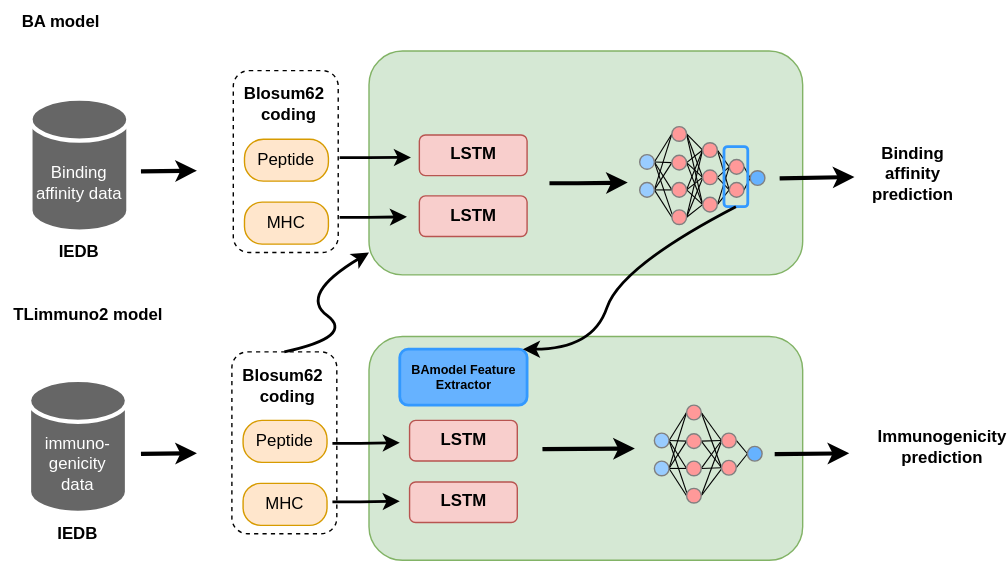
This is summary-fig-2-2.drawio.svg from GuangShuaiWang/Diagram, a draw.io export, as it was before one commit. Source tidied: cells renumbered, new cells last; positions are measured from the earlier drawing's top-left corner, leaving out a move shared by most shapes.
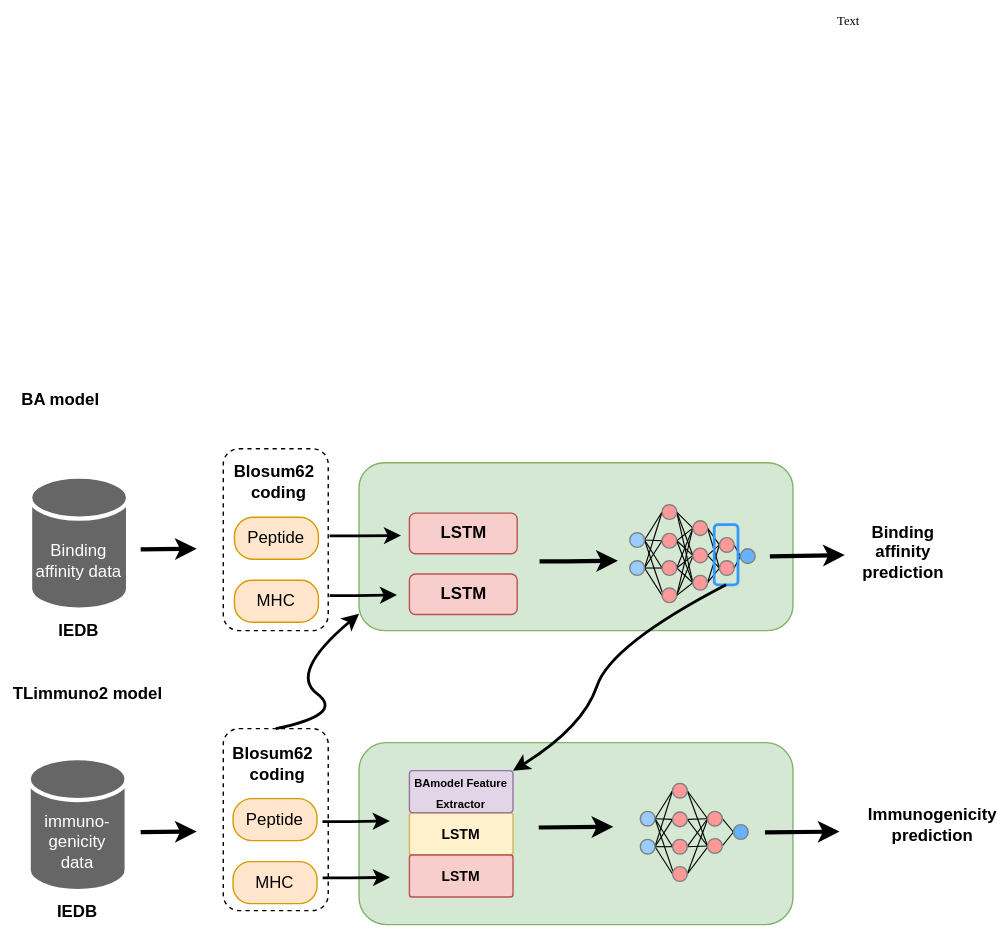
The same diagram one commit later.

The edit, as a diff of the source:
```diff
@@ -3,7 +3,7 @@
     <mxCell id="0" />
     <mxCell id="1" parent="0" />
     <mxCell id="2" style="rounded=1;whiteSpace=wrap;html=1;fontFamily=Helvetica;fontSize=12;fillColor=#d5e8d4;strokeColor=#82b366;" parent="1" vertex="1">
-      <mxGeometry x="263" y="240" width="310" height="160" as="geometry" />
+      <mxGeometry x="263" y="260" width="310" height="130" as="geometry" />
     </mxCell>
     <mxCell id="3" value="&lt;b&gt;Blosum62 &amp;nbsp;&lt;br&gt;coding&lt;br&gt;&lt;/b&gt;" style="text;html=1;strokeColor=none;fillColor=none;align=center;verticalAlign=middle;whiteSpace=wrap;rounded=0;fontFamily=Helvetica;fontSize=12;fontColor=default;" parent="1" vertex="1">
       <mxGeometry x="170" y="260" width="70" height="30" as="geometry" />
@@ -14,47 +14,35 @@
     <mxCell id="5" value="MHC" style="text;html=1;strokeColor=#d79b00;fillColor=#ffe6cc;align=center;verticalAlign=middle;whiteSpace=wrap;rounded=1;fontFamily=Helvetica;fontSize=12;arcSize=42;" parent="1" vertex="1">
       <mxGeometry x="173" y="345" width="60" height="30" as="geometry" />
     </mxCell>
-    <mxCell id="6" style="rounded=1;whiteSpace=wrap;html=1;fontFamily=Helvetica;fontSize=12;fillColor=#f8cecc;strokeColor=#b85450;" parent="1" vertex="1">
-      <mxGeometry x="292" y="300" width="77" height="29" as="geometry" />
-    </mxCell>
-    <mxCell id="7" value="&lt;b&gt;LSTM&lt;/b&gt;" style="text;html=1;strokeColor=none;fillColor=none;align=center;verticalAlign=middle;whiteSpace=wrap;rounded=0;fontFamily=Helvetica;fontSize=12;fontColor=default;" parent="1" vertex="1">
-      <mxGeometry x="300.5" y="299" width="60" height="30" as="geometry" />
-    </mxCell>
     <mxCell id="8" style="rounded=1;whiteSpace=wrap;html=1;strokeColor=#000000;strokeWidth=1;fontFamily=Times New Roman;fontSize=12;fillColor=none;dashed=1;" parent="1" vertex="1">
-      <mxGeometry x="165" y="251" width="75" height="130" as="geometry" />
+      <mxGeometry x="166" y="250" width="75" height="130" as="geometry" />
     </mxCell>
-    <mxCell id="9" style="rounded=1;whiteSpace=wrap;html=1;fontFamily=Helvetica;fontSize=12;fillColor=#f8cecc;strokeColor=#b85450;" parent="1" vertex="1">
-      <mxGeometry x="292" y="344" width="77" height="29" as="geometry" />
-    </mxCell>
-    <mxCell id="10" value="&lt;b&gt;LSTM&lt;/b&gt;" style="text;html=1;strokeColor=none;fillColor=none;align=center;verticalAlign=middle;whiteSpace=wrap;rounded=0;fontFamily=Helvetica;fontSize=12;fontColor=default;" parent="1" vertex="1">
-      <mxGeometry x="300.5" y="343" width="60" height="30" as="geometry" />
-    </mxCell>
     <mxCell id="11" style="endArrow=classic;html=1;rounded=0;fontColor=#000000;strokeWidth=2;entryX=0.324;entryY=0.474;entryDx=0;entryDy=0;entryPerimeter=0;" parent="1" edge="1">
       <mxGeometry relative="1" as="geometry">
-        <mxPoint x="236.9" y="358.2" as="sourcePoint" />
-        <mxPoint x="285" y="357.8" as="targetPoint" />
+        <mxPoint x="237" y="356.6" as="sourcePoint" />
+        <mxPoint x="285.1" y="356.2" as="targetPoint" />
         <Array as="points">
-          <mxPoint x="256.9" y="358.2" />
+          <mxPoint x="257" y="356.6" />
         </Array>
       </mxGeometry>
     </mxCell>
     <mxCell id="12" style="shape=cylinder3;whiteSpace=wrap;html=1;boundedLbl=1;backgroundOutline=1;size=15;strokeColor=#FFFFFF;fillColor=#666666;strokeWidth=3;" parent="1" vertex="1">
-      <mxGeometry x="21" y="70" width="70" height="95" as="geometry" />
+      <mxGeometry x="28" y="70" width="70" height="95" as="geometry" />
     </mxCell>
     <mxCell id="13" value="&lt;font color=&quot;#ffffff&quot;&gt;Binding&lt;br&gt;affinity data&lt;br&gt;&lt;/font&gt;" style="text;html=1;strokeColor=none;fillColor=none;align=center;verticalAlign=middle;whiteSpace=wrap;rounded=0;" parent="1" vertex="1">
-      <mxGeometry x="21" y="115" width="70" height="30" as="geometry" />
+      <mxGeometry x="28" y="115" width="70" height="30" as="geometry" />
     </mxCell>
     <mxCell id="14" value="&lt;font color=&quot;#000000&quot;&gt;&lt;b&gt;IEDB&lt;/b&gt;&lt;/font&gt;" style="text;html=1;strokeColor=none;fillColor=none;align=center;verticalAlign=middle;whiteSpace=wrap;rounded=0;fontColor=#FFFFFF;" parent="1" vertex="1">
-      <mxGeometry x="26" y="165" width="60" height="30" as="geometry" />
+      <mxGeometry x="33" y="165" width="60" height="30" as="geometry" />
     </mxCell>
     <mxCell id="15" style="endArrow=classic;html=1;rounded=0;fontColor=#000000;strokeWidth=3;" parent="1" edge="1">
       <mxGeometry relative="1" as="geometry">
-        <mxPoint x="100" y="122" as="sourcePoint" />
-        <mxPoint x="140" y="121.5" as="targetPoint" />
+        <mxPoint x="107" y="122" as="sourcePoint" />
+        <mxPoint x="147" y="121.5" as="targetPoint" />
       </mxGeometry>
     </mxCell>
     <mxCell id="16" style="rounded=1;whiteSpace=wrap;html=1;fontFamily=Helvetica;fontSize=12;fillColor=#d5e8d4;strokeColor=#82b366;" parent="1" vertex="1">
-      <mxGeometry x="263" y="36" width="310" height="160" as="geometry" />
+      <mxGeometry x="263" y="60" width="310" height="120" as="geometry" />
     </mxCell>
     <mxCell id="17" value="&lt;b&gt;Blosum62 &amp;nbsp;&lt;br&gt;coding&lt;br&gt;&lt;/b&gt;" style="text;html=1;strokeColor=none;fillColor=none;align=center;verticalAlign=middle;whiteSpace=wrap;rounded=0;fontFamily=Helvetica;fontSize=12;fontColor=default;" parent="1" vertex="1">
       <mxGeometry x="171" y="59" width="70" height="30" as="geometry" />
@@ -93,28 +81,28 @@
       <mxGeometry x="621.5" y="109" width="60" height="30" as="geometry" />
     </mxCell>
     <mxCell id="25" style="shape=cylinder3;whiteSpace=wrap;html=1;boundedLbl=1;backgroundOutline=1;size=15;strokeColor=#FFFFFF;fillColor=#666666;strokeWidth=3;" parent="1" vertex="1">
-      <mxGeometry x="20" y="271" width="70" height="95" as="geometry" />
+      <mxGeometry x="27" y="271" width="70" height="95" as="geometry" />
     </mxCell>
     <mxCell id="26" value="&lt;font color=&quot;#ffffff&quot;&gt;immuno-&lt;br&gt;genicity&lt;br&gt;data&lt;br&gt;&lt;/font&gt;" style="text;html=1;strokeColor=none;fillColor=none;align=center;verticalAlign=middle;whiteSpace=wrap;rounded=0;" parent="1" vertex="1">
-      <mxGeometry x="20" y="316" width="70" height="30" as="geometry" />
+      <mxGeometry x="27" y="316" width="70" height="30" as="geometry" />
     </mxCell>
     <mxCell id="27" value="&lt;font color=&quot;#000000&quot;&gt;&lt;b&gt;IEDB&lt;/b&gt;&lt;/font&gt;" style="text;html=1;strokeColor=none;fillColor=none;align=center;verticalAlign=middle;whiteSpace=wrap;rounded=0;fontColor=#FFFFFF;" parent="1" vertex="1">
-      <mxGeometry x="25" y="366" width="60" height="30" as="geometry" />
+      <mxGeometry x="32" y="366" width="60" height="30" as="geometry" />
     </mxCell>
     <mxCell id="28" style="endArrow=classic;html=1;rounded=0;fontColor=#000000;strokeWidth=3;" parent="1" edge="1">
       <mxGeometry relative="1" as="geometry">
-        <mxPoint x="100" y="324" as="sourcePoint" />
-        <mxPoint x="140" y="323.5" as="targetPoint" />
+        <mxPoint x="107" y="324" as="sourcePoint" />
+        <mxPoint x="147" y="323.5" as="targetPoint" />
       </mxGeometry>
     </mxCell>
     <mxCell id="29" value="&lt;b&gt;Immunogenicity&lt;br&gt;prediction&lt;/b&gt;" style="text;html=1;strokeColor=none;fillColor=none;align=center;verticalAlign=middle;whiteSpace=wrap;rounded=0;fontFamily=Helvetica;fontSize=12;fontColor=default;" parent="1" vertex="1">
       <mxGeometry x="643" y="306.8" width="60" height="23.5" as="geometry" />
     </mxCell>
     <mxCell id="30" value="BA model" style="text;html=1;strokeColor=none;fillColor=none;align=center;verticalAlign=middle;whiteSpace=wrap;rounded=0;fontStyle=1;" parent="1" vertex="1">
-      <mxGeometry x="13" width="60" height="30" as="geometry" />
+      <mxGeometry x="20" width="60" height="30" as="geometry" />
     </mxCell>
     <mxCell id="31" value="TLimmuno2 model" style="text;html=1;strokeColor=none;fillColor=none;align=center;verticalAlign=middle;whiteSpace=wrap;rounded=0;fontStyle=1;" parent="1" vertex="1">
-      <mxGeometry y="210" width="125" height="30" as="geometry" />
+      <mxGeometry x="7" y="210" width="125" height="30" as="geometry" />
     </mxCell>
     <mxCell id="32" style="edgeStyle=none;rounded=1;jettySize=auto;html=1;exitX=1;exitY=0.5;exitDx=0;exitDy=0;entryX=0;entryY=0.5;entryDx=0;entryDy=0;strokeWidth=0.8;fontFamily=Times New Roman;fontSize=12;endArrow=none;endFill=0;" parent="1" edge="1" source="36" target="45">
       <mxGeometry relative="1" as="geometry" />
@@ -252,7 +240,7 @@
       <mxGeometry relative="1" as="geometry" />
     </mxCell>
     <mxCell id="77" style="ellipse;whiteSpace=wrap;html=1;strokeColor=#808080;strokeWidth=1;fontFamily=Times New Roman;fontSize=12;fillColor=#99CCFF;" parent="1" vertex="1">
-      <mxGeometry x="467" y="309.1" width="10.5" height="10.5" as="geometry" />
+      <mxGeometry x="464" y="309.1" width="10.5" height="10.5" as="geometry" />
     </mxCell>
     <mxCell id="78" style="edgeStyle=none;rounded=1;jettySize=auto;html=1;exitX=1;exitY=0.5;exitDx=0;exitDy=0;entryX=0;entryY=0.5;entryDx=0;entryDy=0;strokeWidth=0.8;fontFamily=Times New Roman;fontSize=12;endArrow=none;endFill=0;" parent="1" edge="1" source="82" target="85">
       <mxGeometry relative="1" as="geometry" />
@@ -267,7 +255,7 @@
       <mxGeometry relative="1" as="geometry" />
     </mxCell>
     <mxCell id="82" style="ellipse;whiteSpace=wrap;html=1;strokeColor=#808080;strokeWidth=1;fontFamily=Times New Roman;fontSize=12;fillColor=#99CCFF;" parent="1" vertex="1">
-      <mxGeometry x="467" y="329.1" width="10.5" height="10.5" as="geometry" />
+      <mxGeometry x="464" y="329.1" width="10.5" height="10.5" as="geometry" />
     </mxCell>
     <mxCell id="83" style="edgeStyle=none;rounded=1;jettySize=auto;html=1;exitX=1;exitY=0.5;exitDx=0;exitDy=0;entryX=0;entryY=0.5;entryDx=0;entryDy=0;strokeWidth=0.8;fontFamily=Times New Roman;fontSize=12;endArrow=none;endFill=0;" parent="1" edge="1" source="85" target="96">
       <mxGeometry relative="1" as="geometry" />
@@ -276,7 +264,7 @@
       <mxGeometry relative="1" as="geometry" />
     </mxCell>
     <mxCell id="85" style="ellipse;whiteSpace=wrap;html=1;strokeColor=#808080;strokeWidth=1;fontFamily=Times New Roman;fontSize=12;fillColor=#FF9999;" parent="1" vertex="1">
-      <mxGeometry x="490" y="289.1" width="10.5" height="10.5" as="geometry" />
+      <mxGeometry x="487" y="289.1" width="10.5" height="10.5" as="geometry" />
     </mxCell>
     <mxCell id="86" style="edgeStyle=none;rounded=1;jettySize=auto;html=1;exitX=1;exitY=0.5;exitDx=0;exitDy=0;entryX=0;entryY=0.5;entryDx=0;entryDy=0;strokeWidth=0.8;fontFamily=Times New Roman;fontSize=12;endArrow=none;endFill=0;" parent="1" edge="1" source="88" target="96">
       <mxGeometry relative="1" as="geometry" />
@@ -285,7 +273,7 @@
       <mxGeometry relative="1" as="geometry" />
     </mxCell>
     <mxCell id="88" style="ellipse;whiteSpace=wrap;html=1;strokeColor=#808080;strokeWidth=1;fontFamily=Times New Roman;fontSize=12;fillColor=#FF9999;" parent="1" vertex="1">
-      <mxGeometry x="490" y="309.6" width="10.5" height="10.5" as="geometry" />
+      <mxGeometry x="487" y="309.6" width="10.5" height="10.5" as="geometry" />
     </mxCell>
     <mxCell id="89" style="edgeStyle=none;rounded=1;jettySize=auto;html=1;exitX=1;exitY=0.5;exitDx=0;exitDy=0;entryX=0;entryY=0.5;entryDx=0;entryDy=0;strokeWidth=0.8;fontFamily=Times New Roman;fontSize=12;endArrow=none;endFill=0;" parent="1" edge="1" source="91" target="96">
       <mxGeometry relative="1" as="geometry" />
@@ -294,7 +282,7 @@
       <mxGeometry relative="1" as="geometry" />
     </mxCell>
     <mxCell id="91" style="ellipse;whiteSpace=wrap;html=1;strokeColor=#808080;strokeWidth=1;fontFamily=Times New Roman;fontSize=12;fillColor=#FF9999;" parent="1" vertex="1">
-      <mxGeometry x="490" y="329.1" width="10.5" height="10.5" as="geometry" />
+      <mxGeometry x="487" y="329.1" width="10.5" height="10.5" as="geometry" />
     </mxCell>
     <mxCell id="92" style="edgeStyle=none;rounded=1;jettySize=auto;html=1;exitX=1;exitY=0.5;exitDx=0;exitDy=0;strokeWidth=0.8;fontFamily=Times New Roman;fontSize=12;endArrow=none;endFill=0;entryX=-0.04;entryY=0.659;entryDx=0;entryDy=0;entryPerimeter=0;" parent="1" edge="1" source="94" target="96">
       <mxGeometry relative="1" as="geometry" />
@@ -303,22 +291,22 @@
       <mxGeometry relative="1" as="geometry" />
     </mxCell>
     <mxCell id="94" style="ellipse;whiteSpace=wrap;html=1;strokeColor=#808080;strokeWidth=1;fontFamily=Times New Roman;fontSize=12;fillColor=#FF9999;" parent="1" vertex="1">
-      <mxGeometry x="490" y="348.6" width="10.5" height="10.5" as="geometry" />
+      <mxGeometry x="487" y="348.6" width="10.5" height="10.5" as="geometry" />
     </mxCell>
     <mxCell id="95" style="edgeStyle=none;rounded=1;jettySize=auto;html=1;exitX=1;exitY=0.5;exitDx=0;exitDy=0;entryX=0;entryY=0.5;entryDx=0;entryDy=0;strokeWidth=0.8;fontFamily=Times New Roman;fontSize=12;endArrow=none;endFill=0;" parent="1" edge="1" source="96" target="99">
       <mxGeometry relative="1" as="geometry" />
     </mxCell>
     <mxCell id="96" style="ellipse;whiteSpace=wrap;html=1;strokeColor=#808080;strokeWidth=1;fontFamily=Times New Roman;fontSize=12;fillColor=#FF9999;" parent="1" vertex="1">
-      <mxGeometry x="515" y="309.1" width="10.5" height="10.5" as="geometry" />
+      <mxGeometry x="512" y="309.1" width="10.5" height="10.5" as="geometry" />
     </mxCell>
     <mxCell id="97" style="edgeStyle=none;rounded=1;jettySize=auto;html=1;exitX=1;exitY=0.5;exitDx=0;exitDy=0;entryX=0;entryY=0.5;entryDx=0;entryDy=0;strokeWidth=0.8;fontFamily=Times New Roman;fontSize=12;endArrow=none;endFill=0;" parent="1" edge="1" source="98" target="99">
       <mxGeometry relative="1" as="geometry" />
     </mxCell>
     <mxCell id="98" style="ellipse;whiteSpace=wrap;html=1;strokeColor=#808080;strokeWidth=1;fontFamily=Times New Roman;fontSize=12;fillColor=#FF9999;" parent="1" vertex="1">
-      <mxGeometry x="515" y="328.6" width="10.5" height="10.5" as="geometry" />
+      <mxGeometry x="512" y="328.6" width="10.5" height="10.5" as="geometry" />
     </mxCell>
     <mxCell id="99" style="ellipse;whiteSpace=wrap;html=1;strokeColor=#808080;strokeWidth=1;fontFamily=Times New Roman;fontSize=12;fillColor=#66B2FF;" parent="1" vertex="1">
-      <mxGeometry x="533.5" y="318.6" width="10.5" height="10.5" as="geometry" />
+      <mxGeometry x="530.5" y="318.6" width="10.5" height="10.5" as="geometry" />
     </mxCell>
     <mxCell id="100" style="rounded=1;whiteSpace=wrap;html=1;strokeColor=#000000;strokeWidth=1;fontFamily=Times New Roman;fontSize=12;fillColor=none;dashed=1;" parent="1" vertex="1">
       <mxGeometry x="166" y="50" width="75" height="130" as="geometry" />
@@ -338,12 +326,6 @@
         <mxPoint x="610" y="126" as="targetPoint" />
       </mxGeometry>
     </mxCell>
-    <mxCell id="103" style="rounded=1;whiteSpace=wrap;html=1;strokeWidth=2;fillColor=#66B2FF;strokeColor=#3399FF;" parent="1" vertex="1">
-      <mxGeometry x="285" y="249.1" width="91" height="40" as="geometry" />
-    </mxCell>
-    <mxCell id="104" value="&lt;div style=&quot;&quot; title=&quot;Page 2&quot; class=&quot;page&quot;&gt;&lt;div class=&quot;section&quot;&gt;&lt;div class=&quot;layoutArea&quot;&gt;&lt;div style=&quot;font-size: 9px;&quot; class=&quot;column&quot;&gt;&lt;p&gt;&lt;b&gt;BAmodel&amp;nbsp;&lt;/b&gt;&lt;b&gt;Feature Extractor&lt;/b&gt;&lt;/p&gt;&lt;/div&gt;&lt;/div&gt;&lt;/div&gt;&lt;/div&gt;" style="text;html=1;strokeColor=none;fillColor=none;align=center;verticalAlign=middle;whiteSpace=wrap;rounded=0;strokeWidth=2;" parent="1" vertex="1">
-      <mxGeometry x="300.5" y="253.1" width="60" height="31.9" as="geometry" />
-    </mxCell>
     <mxCell id="105" style="endArrow=classic;html=1;rounded=0;fontColor=#000000;strokeWidth=2;entryX=0.324;entryY=0.474;entryDx=0;entryDy=0;entryPerimeter=0;" parent="1" edge="1">
       <mxGeometry relative="1" as="geometry">
         <mxPoint x="236.9" y="316.4" as="sourcePoint" />
@@ -356,11 +338,6 @@
     <mxCell id="106" style="rounded=1;whiteSpace=wrap;html=1;fontFamily=Helvetica;fontSize=12;fillColor=#f8cecc;strokeColor=#b85450;" parent="1" vertex="1">
       <mxGeometry x="299" y="139.5" width="77" height="29" as="geometry" />
     </mxCell>
-    <mxCell id="107" style="endArrow=classic;html=1;rounded=0;fontColor=#000000;strokeWidth=3;entryX=0.613;entryY=0.501;entryDx=0;entryDy=0;entryPerimeter=0;" parent="1" edge="1" target="2">
-      <mxGeometry relative="1" as="geometry">
-        <mxPoint x="387" y="320.6" as="sourcePoint" />
-      </mxGeometry>
-    </mxCell>
     <mxCell id="108" style="endArrow=classic;html=1;rounded=0;fontColor=#000000;strokeWidth=3;" parent="1" edge="1">
       <mxGeometry relative="1" as="geometry">
         <mxPoint x="553" y="324.1" as="sourcePoint" />
@@ -378,14 +355,40 @@
         </Array>
       </mxGeometry>
     </mxCell>
-    <mxCell id="111" style="curved=1;endArrow=none;html=1;rounded=1;strokeWidth=2;fontFamily=Times New Roman;fontSize=9;entryX=1;entryY=0.5;entryDx=0;entryDy=0;endFill=0;startArrow=classic;startFill=1;" parent="1" edge="1" target="72">
+    <mxCell id="111" style="curved=1;endArrow=none;html=1;rounded=1;strokeWidth=2;fontFamily=Times New Roman;fontSize=9;entryX=1;entryY=0.5;entryDx=0;entryDy=0;endFill=0;startArrow=classic;startFill=1;exitX=1;exitY=0;exitDx=0;exitDy=0;" parent="1" edge="1" source="117" target="72">
       <mxGeometry relative="1" as="geometry">
-        <mxPoint x="373" y="249.1" as="sourcePoint" />
         <Array as="points">
           <mxPoint x="423" y="249.1" />
           <mxPoint x="443" y="190" />
         </Array>
       </mxGeometry>
     </mxCell>
+    <mxCell id="112" style="edgeStyle=none;rounded=1;orthogonalLoop=1;jettySize=auto;html=1;exitX=0.5;exitY=1;exitDx=0;exitDy=0;strokeWidth=2;fontFamily=Times New Roman;fontSize=9;startArrow=classic;startFill=1;endArrow=none;endFill=0;" parent="1" edge="1" source="2" target="2">
+      <mxGeometry relative="1" as="geometry" />
+    </mxCell>
+    <mxCell id="113" style="endArrow=classic;html=1;rounded=0;fontColor=#000000;strokeWidth=3;" parent="1" edge="1">
+      <mxGeometry relative="1" as="geometry">
+        <mxPoint x="391.4" y="320.6" as="sourcePoint" />
+        <mxPoint x="444.6" y="320.1" as="targetPoint" />
+      </mxGeometry>
+    </mxCell>
+    <mxCell id="114" value="Text" style="text;html=1;strokeColor=none;fillColor=none;align=center;verticalAlign=middle;whiteSpace=wrap;rounded=1;strokeWidth=1;fontFamily=Times New Roman;fontSize=9;" parent="1" vertex="1">
+      <mxGeometry x="583" y="-270" width="60" height="30" as="geometry" />
+    </mxCell>
+    <mxCell id="115" value="LSTM" style="text;html=1;strokeColor=#d6b656;fillColor=#fff2cc;align=center;verticalAlign=middle;whiteSpace=wrap;rounded=1;fontFamily=Helvetica;fontSize=10;arcSize=6;fontStyle=1;" parent="1" vertex="1">
+      <mxGeometry x="299" y="310.2" width="74" height="29.8" as="geometry" />
+    </mxCell>
+    <mxCell id="116" style="edgeStyle=none;rounded=1;orthogonalLoop=1;jettySize=auto;html=1;exitX=1;exitY=1;exitDx=0;exitDy=0;strokeWidth=2;fontFamily=Times New Roman;fontSize=9;startArrow=classic;startFill=1;endArrow=none;endFill=0;" parent="1" edge="1">
+      <mxGeometry relative="1" as="geometry">
+        <mxPoint x="503" y="-70" as="sourcePoint" />
+        <mxPoint x="503" y="-70" as="targetPoint" />
+      </mxGeometry>
+    </mxCell>
+    <mxCell id="117" value="&lt;font style=&quot;font-size: 8px;&quot;&gt;&lt;font style=&quot;font-size: 8px;&quot;&gt;&lt;b&gt;BAmodel&amp;nbsp;&lt;/b&gt;&lt;b&gt;Feature Extracto&lt;/b&gt;&lt;/font&gt;&lt;b&gt;r&lt;/b&gt;&lt;/font&gt;" style="text;html=1;strokeColor=#9673a6;fillColor=#e1d5e7;align=center;verticalAlign=middle;whiteSpace=wrap;rounded=1;fontFamily=Helvetica;fontSize=12;arcSize=8;glass=0;shadow=0;sketch=0;" parent="1" vertex="1">
+      <mxGeometry x="299" y="280" width="74" height="30" as="geometry" />
+    </mxCell>
+    <mxCell id="118" value="LSTM" style="text;html=1;strokeColor=#b85450;fillColor=#f8cecc;align=center;verticalAlign=middle;whiteSpace=wrap;rounded=1;fontFamily=Helvetica;fontSize=10;arcSize=6;fontStyle=1;" parent="1" vertex="1">
+      <mxGeometry x="299" y="340.2" width="74" height="30" as="geometry" />
+    </mxCell>
   </root>
 </mxGraphModel>
```
